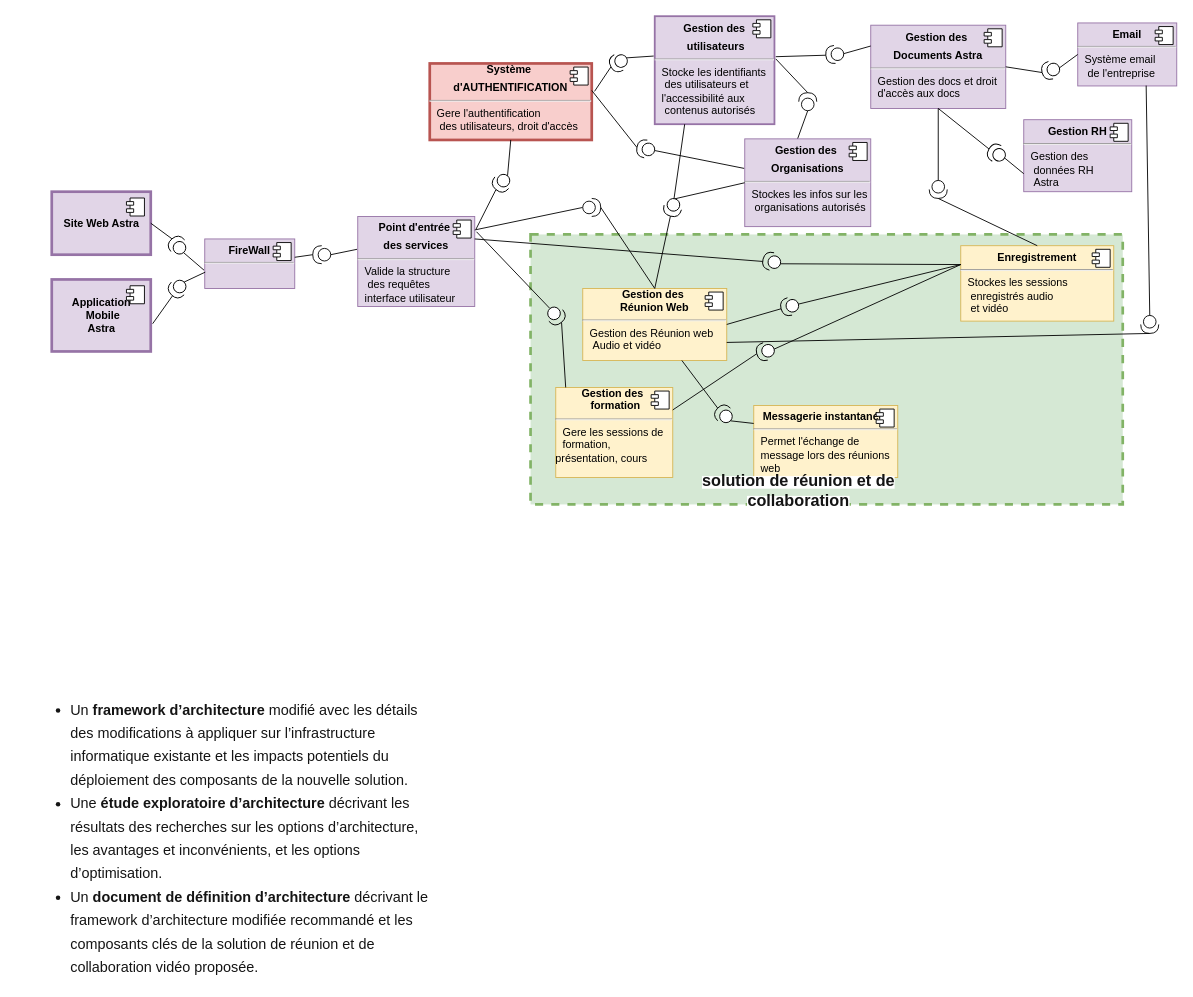
This is page "Archi_GlobalAstra" (1 of 8) of AstraComponentDiagr.drawio from Lamessolo/ProjetLeadTech, a draw.io file, before an edit. Source tidied: cells renumbered, new cells numbered last; positions are measured from the earlier drawing's top-left corner, leaving out a move shared by most shapes. Both pictures are drawn from the tidied source at 90%, with x=0, y=0 at pixel (15, 16).
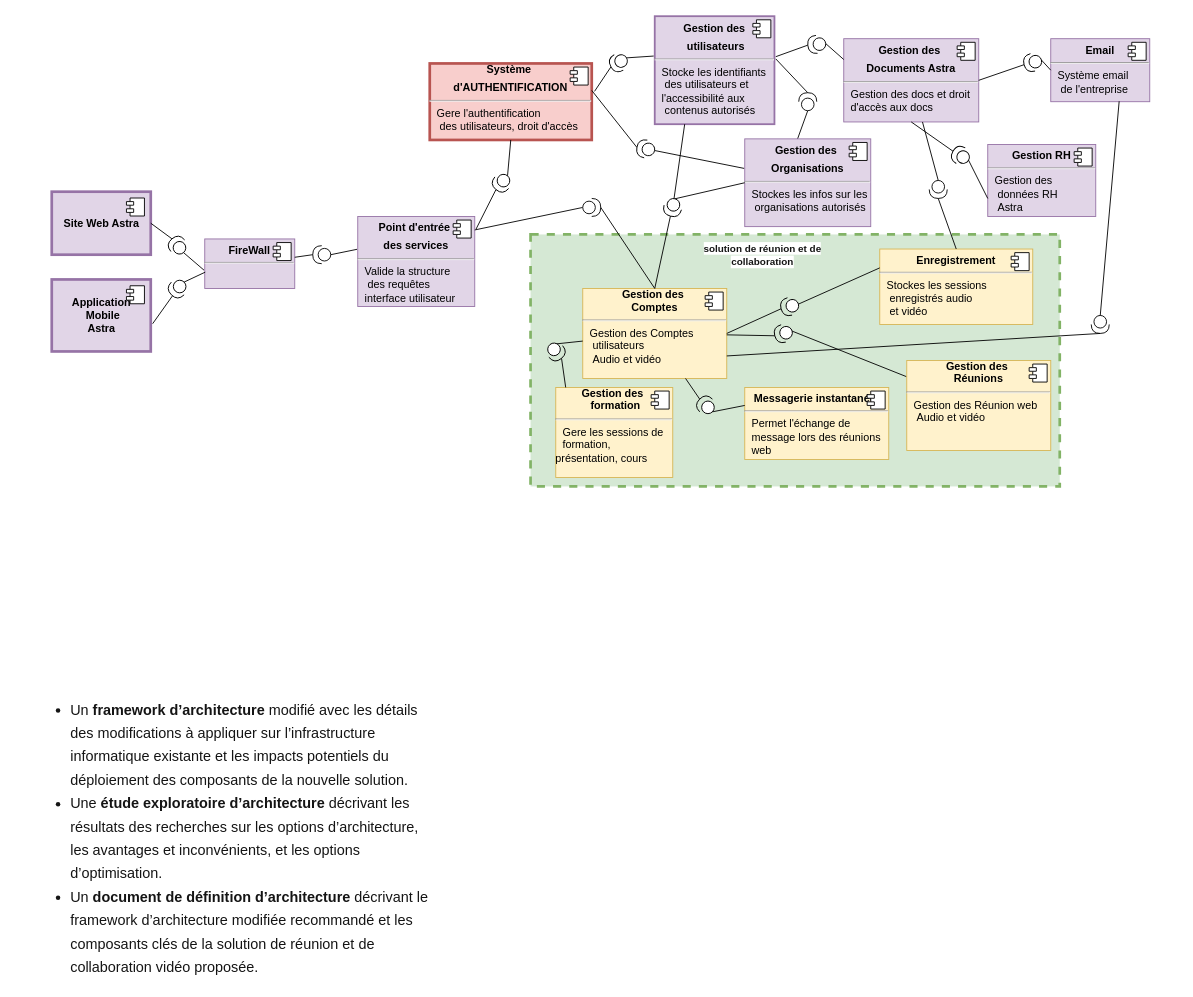
The same diagram, later.

Unchanged cells that the change refers to:
```xml
<mxCell id="5" value="&lt;p style=&quot;margin: 0px ; margin-top: 6px ; text-align: center&quot;&gt;&lt;b&gt;Point d'entrée&amp;nbsp;&lt;/b&gt;&lt;/p&gt;&lt;p style=&quot;margin: 0px ; margin-top: 6px ; text-align: center&quot;&gt;&lt;b&gt;des services&lt;/b&gt;&lt;/p&gt;&lt;hr&gt;&lt;p style=&quot;margin: 0px ; margin-left: 8px&quot;&gt;Valide la structure&lt;/p&gt;&lt;p style=&quot;margin: 0px ; margin-left: 8px&quot;&gt;&amp;nbsp;des requêtes&lt;/p&gt;&lt;p style=&quot;margin: 0px ; margin-left: 8px&quot;&gt;interface utilisateur&lt;br&gt;&lt;br&gt;&lt;/p&gt;" style="align=left;overflow=fill;html=1;fillColor=#e1d5e7;strokeColor=#9673a6;" parent="1" vertex="1">
  <mxGeometry x="380" y="222" width="130" height="100" as="geometry" />
</mxCell>
<mxCell id="33" value="&lt;div style=&quot;text-align: center&quot;&gt;&lt;b&gt;Gestion des&amp;nbsp;&lt;/b&gt;&lt;/div&gt;&lt;div style=&quot;text-align: center&quot;&gt;&lt;b&gt;&amp;nbsp;formation&lt;/b&gt;&lt;/div&gt;&lt;hr&gt;&lt;p style=&quot;margin: 0px ; margin-left: 8px&quot;&gt;&lt;span&gt;Gere les sessions&amp;nbsp;&lt;/span&gt;&lt;span&gt;de&lt;/span&gt;&lt;/p&gt;&lt;p style=&quot;margin: 0px ; margin-left: 8px&quot;&gt;&lt;span&gt;formation,&lt;/span&gt;&lt;/p&gt;présentation, cours&lt;p style=&quot;margin: 0px ; margin-left: 8px&quot;&gt;&lt;br&gt;&lt;/p&gt;" style="align=left;overflow=fill;html=1;fillColor=#fff2cc;strokeColor=#d6b656;" parent="1" vertex="1">
  <mxGeometry x="600" y="412" width="130" height="100" as="geometry" />
</mxCell>
```

Change to the diagram source:
```diff
@@
     <mxCell id="2" style="whiteSpace=wrap;html=1;dashed=1;strokeWidth=3;fillColor=#d5e8d4;strokeColor=#82b366;" parent="1" vertex="1">
-      <mxGeometry x="572" y="242" width="658" height="300" as="geometry" />
+      <mxGeometry x="572" y="242" width="588" height="280" as="geometry" />
     </mxCell>
@@
     <mxCell id="10" value="&lt;p style=&quot;margin: 0px ; margin-top: 6px ; text-align: center&quot;&gt;&lt;b&gt;Gestion des&amp;nbsp;&lt;/b&gt;&lt;/p&gt;&lt;p style=&quot;margin: 0px ; margin-top: 6px ; text-align: center&quot;&gt;&lt;b&gt;Documents Astra&lt;/b&gt;&lt;/p&gt;&lt;hr&gt;&lt;p style=&quot;margin: 0px ; margin-left: 8px&quot;&gt;Gestion des docs&amp;nbsp;&lt;span&gt;et droit&amp;nbsp;&lt;/span&gt;&lt;/p&gt;&lt;p style=&quot;margin: 0px ; margin-left: 8px&quot;&gt;d'accès aux docs&lt;br&gt;&lt;br&gt;&lt;/p&gt;" style="align=left;overflow=fill;html=1;fillColor=#e1d5e7;strokeColor=#9673a6;" parent="1" vertex="1">
-      <mxGeometry x="950" y="9.5" width="150" height="92.5" as="geometry" />
+      <mxGeometry x="920" y="24.5" width="150" height="92.5" as="geometry" />
     </mxCell>
@@
     <mxCell id="12" value="&lt;p style=&quot;margin: 0px ; margin-top: 6px ; text-align: center&quot;&gt;&lt;b&gt;Gestion RH&lt;/b&gt;&lt;/p&gt;&lt;hr&gt;&lt;p style=&quot;margin: 0px ; margin-left: 8px&quot;&gt;Gestion des&lt;/p&gt;&lt;p style=&quot;margin: 0px ; margin-left: 8px&quot;&gt;&amp;nbsp;données RH&lt;/p&gt;&lt;p style=&quot;margin: 0px ; margin-left: 8px&quot;&gt;&amp;nbsp;Astra&lt;br&gt;&lt;/p&gt;" style="align=left;overflow=fill;html=1;fillColor=#e1d5e7;strokeColor=#9673a6;" parent="1" vertex="1">
-      <mxGeometry x="1120" y="114.5" width="120" height="80" as="geometry" />
+      <mxGeometry x="1080" y="142" width="120" height="80" as="geometry" />
     </mxCell>
@@
     <mxCell id="14" value="&lt;p style=&quot;margin: 0px ; margin-top: 6px ; text-align: center&quot;&gt;&lt;b&gt;Email&lt;/b&gt;&lt;/p&gt;&lt;hr&gt;&lt;p style=&quot;margin: 0px ; margin-left: 8px&quot;&gt;Système email&lt;/p&gt;&lt;p style=&quot;margin: 0px ; margin-left: 8px&quot;&gt;&amp;nbsp;de l'entreprise&lt;br&gt;&lt;br&gt;&lt;/p&gt;" style="align=left;overflow=fill;html=1;fillColor=#e1d5e7;strokeColor=#9673a6;" parent="1" vertex="1">
-      <mxGeometry x="1180" y="7" width="110" height="70" as="geometry" />
+      <mxGeometry x="1150" y="24.5" width="110" height="70" as="geometry" />
     </mxCell>
@@
     <mxCell id="31" value="&lt;p style=&quot;margin: 0px ; margin-top: 6px ; text-align: center&quot;&gt;&lt;b&gt;Messagerie instantanée&amp;nbsp;&lt;/b&gt;&lt;/p&gt;&lt;hr&gt;&lt;p style=&quot;margin: 0px ; margin-left: 8px&quot;&gt;Permet l'échange de&lt;/p&gt;&lt;p style=&quot;margin: 0px ; margin-left: 8px&quot;&gt;message lors des réunions&amp;nbsp;&lt;/p&gt;&lt;p style=&quot;margin: 0px ; margin-left: 8px&quot;&gt;web&lt;span&gt;&amp;nbsp;&lt;/span&gt;&lt;/p&gt;&lt;p style=&quot;margin: 0px ; margin-left: 8px&quot;&gt;&lt;br&gt;&lt;/p&gt;" style="align=left;overflow=fill;html=1;fillColor=#fff2cc;strokeColor=#d6b656;" parent="1" vertex="1">
-      <mxGeometry x="820" y="432" width="160" height="80" as="geometry" />
+      <mxGeometry x="810" y="412" width="160" height="80" as="geometry" />
     </mxCell>
@@
-    <mxCell id="35" value="&lt;div style=&quot;text-align: center&quot;&gt;&lt;span&gt;&lt;b&gt;Gestion des&amp;nbsp;&lt;/b&gt;&lt;/span&gt;&lt;/div&gt;&lt;div style=&quot;text-align: center&quot;&gt;&lt;span&gt;&lt;b&gt;Réunion&lt;/b&gt;&lt;/span&gt;&lt;b&gt;&amp;nbsp;Web&lt;/b&gt;&lt;/div&gt;&lt;hr&gt;&lt;p style=&quot;margin: 0px ; margin-left: 8px&quot;&gt;Gestion des Réunion web&lt;/p&gt;&lt;p style=&quot;margin: 0px ; margin-left: 8px&quot;&gt;&amp;nbsp;Audio&amp;nbsp;&lt;span&gt;et vidéo&amp;nbsp;&lt;/span&gt;&lt;/p&gt;&lt;p style=&quot;margin: 0px ; margin-left: 8px&quot;&gt;&lt;br&gt;&lt;/p&gt;" style="align=left;overflow=fill;html=1;fillColor=#fff2cc;strokeColor=#d6b656;" parent="1" vertex="1">
-      <mxGeometry x="630" y="302" width="160" height="80" as="geometry" />
+    <mxCell id="35" value="&lt;div style=&quot;text-align: center&quot;&gt;&lt;span&gt;&lt;b&gt;Gestion des&amp;nbsp;&lt;/b&gt;&lt;/span&gt;&lt;/div&gt;&lt;div style=&quot;text-align: center&quot;&gt;&lt;b&gt;Comptes&lt;/b&gt;&lt;/div&gt;&lt;hr&gt;&lt;p style=&quot;margin: 0px ; margin-left: 8px&quot;&gt;Gestion des Comptes&lt;/p&gt;&lt;p style=&quot;margin: 0px ; margin-left: 8px&quot;&gt;&amp;nbsp;utilisateurs&lt;/p&gt;&lt;p style=&quot;margin: 0px ; margin-left: 8px&quot;&gt;&amp;nbsp;Audio&amp;nbsp;&lt;span&gt;et vidéo&amp;nbsp;&lt;/span&gt;&lt;/p&gt;&lt;p style=&quot;margin: 0px ; margin-left: 8px&quot;&gt;&lt;br&gt;&lt;/p&gt;" style="align=left;overflow=fill;html=1;fillColor=#fff2cc;strokeColor=#d6b656;" parent="1" vertex="1">
+      <mxGeometry x="630" y="302" width="160" height="100" as="geometry" />
     </mxCell>
@@
     <mxCell id="37" value="&lt;p style=&quot;margin: 0px ; margin-top: 6px ; text-align: center&quot;&gt;&lt;b&gt;Enregistrement&lt;/b&gt;&lt;/p&gt;&lt;hr&gt;&lt;p style=&quot;margin: 0px ; margin-left: 8px&quot;&gt;Stockes les sessions&lt;/p&gt;&lt;p style=&quot;margin: 0px ; margin-left: 8px&quot;&gt;&amp;nbsp;enregistrés audio&lt;/p&gt;&lt;p style=&quot;margin: 0px ; margin-left: 8px&quot;&gt;&amp;nbsp;et vidéo&amp;nbsp;&lt;/p&gt;&lt;p style=&quot;margin: 0px ; margin-left: 8px&quot;&gt;&lt;br&gt;&lt;/p&gt;" style="align=left;overflow=fill;html=1;fillColor=#fff2cc;strokeColor=#d6b656;" parent="1" vertex="1">
-      <mxGeometry x="1050" y="254.5" width="170" height="83.8" as="geometry" />
+      <mxGeometry x="960" y="258.2" width="170" height="83.8" as="geometry" />
     </mxCell>
@@
-    <mxCell id="42" value="&lt;span style=&quot;color: rgba(0 , 0 , 0 , 0.92) ; font-family: &amp;#34;montserrat&amp;#34; ; text-align: left ; background-color: rgb(255 , 255 , 255)&quot;&gt;&lt;b&gt;&lt;font style=&quot;font-size: 18px&quot;&gt;solution de réunion et de collaboration&lt;/font&gt;&lt;/b&gt;&lt;/span&gt;" style="text;html=1;strokeColor=none;fillColor=none;align=center;verticalAlign=middle;whiteSpace=wrap;rounded=0;" parent="1" vertex="1">
-      <mxGeometry x="710" y="512" width="320" height="30" as="geometry" />
+    <mxCell id="42" value="&lt;span style=&quot;color: rgba(0 , 0 , 0 , 0.92) ; font-family: &amp;#34;montserrat&amp;#34; ; text-align: left ; background-color: rgb(255 , 255 , 255)&quot;&gt;&lt;b&gt;&lt;font style=&quot;font-size: 11px&quot;&gt;solution de réunion et de collaboration&lt;/font&gt;&lt;/b&gt;&lt;/span&gt;" style="text;html=1;strokeColor=none;fillColor=none;align=center;verticalAlign=middle;whiteSpace=wrap;rounded=0;" parent="1" vertex="1">
+      <mxGeometry x="730" y="249.5" width="200" height="30" as="geometry" />
     </mxCell>
@@
     <mxCell id="52" style="shape=providedRequiredInterface;html=1;verticalLabelPosition=bottom;rotation=-185;" parent="1" vertex="1">
-      <mxGeometry x="900" y="32" width="20" height="20" as="geometry" />
+      <mxGeometry x="880" y="20.8" width="20" height="20" as="geometry" />
     </mxCell>
     <mxCell id="53" style="shape=providedRequiredInterface;html=1;verticalLabelPosition=bottom;rotation=-195;" parent="1" vertex="1">
-      <mxGeometry x="1140" y="49.5" width="20" height="20" as="geometry" />
+      <mxGeometry x="1120" y="40.8" width="20" height="20" as="geometry" />
     </mxCell>
     <mxCell id="54" style="shape=providedRequiredInterface;html=1;verticalLabelPosition=bottom;rotation=-150;" parent="1" vertex="1">
-      <mxGeometry x="1080" y="142" width="20" height="20" as="geometry" />
+      <mxGeometry x="1040" y="144.5" width="20" height="20" as="geometry" />
     </mxCell>
@@
-    <mxCell id="67" style="endArrow=none;html=1;exitX=1;exitY=0.25;exitDx=0;exitDy=0;entryX=1;entryY=0.5;entryDx=0;entryDy=0;entryPerimeter=0;" parent="1" edge="1" source="33" target="68">
+    <mxCell id="67" style="endArrow=none;html=1;entryX=1;entryY=0.5;entryDx=0;entryDy=0;entryPerimeter=0;" parent="1" edge="1" source="35" target="68">
       <mxGeometry relative="1" as="geometry" />
     </mxCell>
     <mxCell id="68" style="shape=providedRequiredInterface;html=1;verticalLabelPosition=bottom;rotation=-195;" parent="1" vertex="1">
-      <mxGeometry x="823" y="362" width="20" height="20" as="geometry" />
+      <mxGeometry x="843" y="342" width="20" height="20" as="geometry" />
     </mxCell>
-    <mxCell id="69" style="endArrow=none;html=1;exitX=0;exitY=0.5;exitDx=0;exitDy=0;exitPerimeter=0;entryX=0;entryY=0.25;entryDx=0;entryDy=0;" parent="1" edge="1" source="68" target="37">
+    <mxCell id="69" style="endArrow=none;html=1;exitX=0;exitY=0.5;exitDx=0;exitDy=0;exitPerimeter=0;" parent="1" edge="1" source="68" target="91">
       <mxGeometry relative="1" as="geometry" />
     </mxCell>
@@
-    <mxCell id="72" style="endArrow=none;html=1;exitX=0;exitY=0.5;exitDx=0;exitDy=0;exitPerimeter=0;entryX=1.015;entryY=0.17;entryDx=0;entryDy=0;entryPerimeter=0;" parent="1" edge="1" source="73" target="5">
+    <mxCell id="72" style="endArrow=none;html=1;exitX=0;exitY=0.5;exitDx=0;exitDy=0;exitPerimeter=0;" parent="1" edge="1" source="73" target="35">
       <mxGeometry relative="1" as="geometry" />
     </mxCell>
     <mxCell id="73" style="shape=providedRequiredInterface;html=1;verticalLabelPosition=bottom;rotation=50;" parent="1" vertex="1">
-      <mxGeometry x="590" y="322" width="20" height="20" as="geometry" />
+      <mxGeometry x="590" y="362" width="20" height="20" as="geometry" />
     </mxCell>
@@
     <mxCell id="75" style="shape=providedRequiredInterface;html=1;verticalLabelPosition=bottom;rotation=90;" parent="1" vertex="1">
-      <mxGeometry x="1250" y="332" width="20" height="20" as="geometry" />
+      <mxGeometry x="1195" y="332" width="20" height="20" as="geometry" />
     </mxCell>
@@
     <mxCell id="81" style="shape=providedRequiredInterface;html=1;verticalLabelPosition=bottom;rotation=-135;" parent="1" vertex="1">
-      <mxGeometry x="777" y="432" width="20" height="20" as="geometry" />
+      <mxGeometry x="757" y="422" width="20" height="20" as="geometry" />
     </mxCell>
@@
-    <mxCell id="84" style="shape=providedRequiredInterface;html=1;verticalLabelPosition=bottom;rotation=-165;" parent="1" vertex="1">
-      <mxGeometry x="830" y="262" width="20" height="20" as="geometry" />
-    </mxCell>
-    <mxCell id="85" style="endArrow=none;html=1;exitX=1;exitY=0.25;exitDx=0;exitDy=0;" parent="1" edge="1" source="5">
-      <mxGeometry relative="1" as="geometry">
-        <mxPoint x="830" y="272" as="targetPoint" />
-      </mxGeometry>
-    </mxCell>
-    <mxCell id="86" style="endArrow=none;html=1;entryX=0;entryY=0.25;entryDx=0;entryDy=0;exitX=0;exitY=0.5;exitDx=0;exitDy=0;exitPerimeter=0;" parent="1" edge="1" source="84" target="37">
-      <mxGeometry relative="1" as="geometry" />
-    </mxCell>
@@
+    <mxCell id="91" value="&lt;div style=&quot;text-align: center&quot;&gt;&lt;span&gt;&lt;b&gt;Gestion des&amp;nbsp;&lt;/b&gt;&lt;/span&gt;&lt;/div&gt;&lt;div style=&quot;text-align: center&quot;&gt;&lt;b&gt;Réunions&lt;/b&gt;&lt;br&gt;&lt;/div&gt;&lt;hr&gt;&lt;p style=&quot;margin: 0px ; margin-left: 8px&quot;&gt;Gestion des Réunion web&lt;/p&gt;&lt;p style=&quot;margin: 0px ; margin-left: 8px&quot;&gt;&amp;nbsp;Audio&amp;nbsp;&lt;span&gt;et vidéo&amp;nbsp;&lt;/span&gt;&lt;/p&gt;&lt;p style=&quot;margin: 0px ; margin-left: 8px&quot;&gt;&lt;br&gt;&lt;/p&gt;" style="align=left;overflow=fill;html=1;fillColor=#fff2cc;strokeColor=#d6b656;" parent="1" vertex="1">
+      <mxGeometry x="990" y="382" width="160" height="100" as="geometry" />
+    </mxCell>
+    <mxCell id="92" style="shape=component;jettyWidth=8;jettyHeight=4;" parent="91" vertex="1">
+      <mxGeometry x="1" width="20" height="20" relative="1" as="geometry">
+        <mxPoint x="-24" y="4" as="offset" />
+      </mxGeometry>
+    </mxCell>
```
